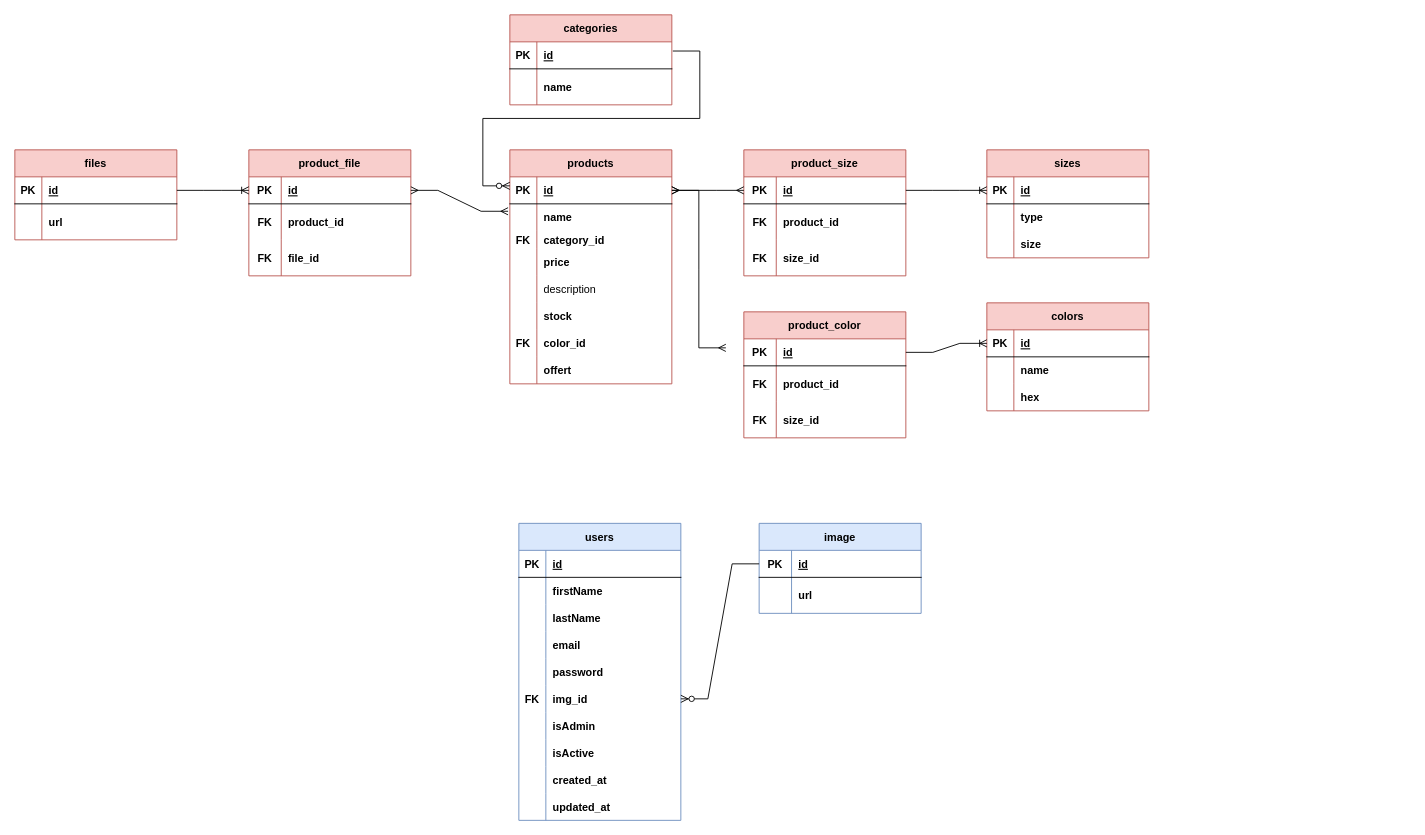
This is public/sql/Lexaeus-database.drawio from manuel-25/Lexaeus, a draw.io file, before an edit. Source tidied: cells renumbered, new cells numbered last; positions are measured from the earlier drawing's top-left corner, leaving out a move shared by most shapes. Both pictures are drawn from the tidied source at 90%, with x=0, y=0 at pixel (14, 14).
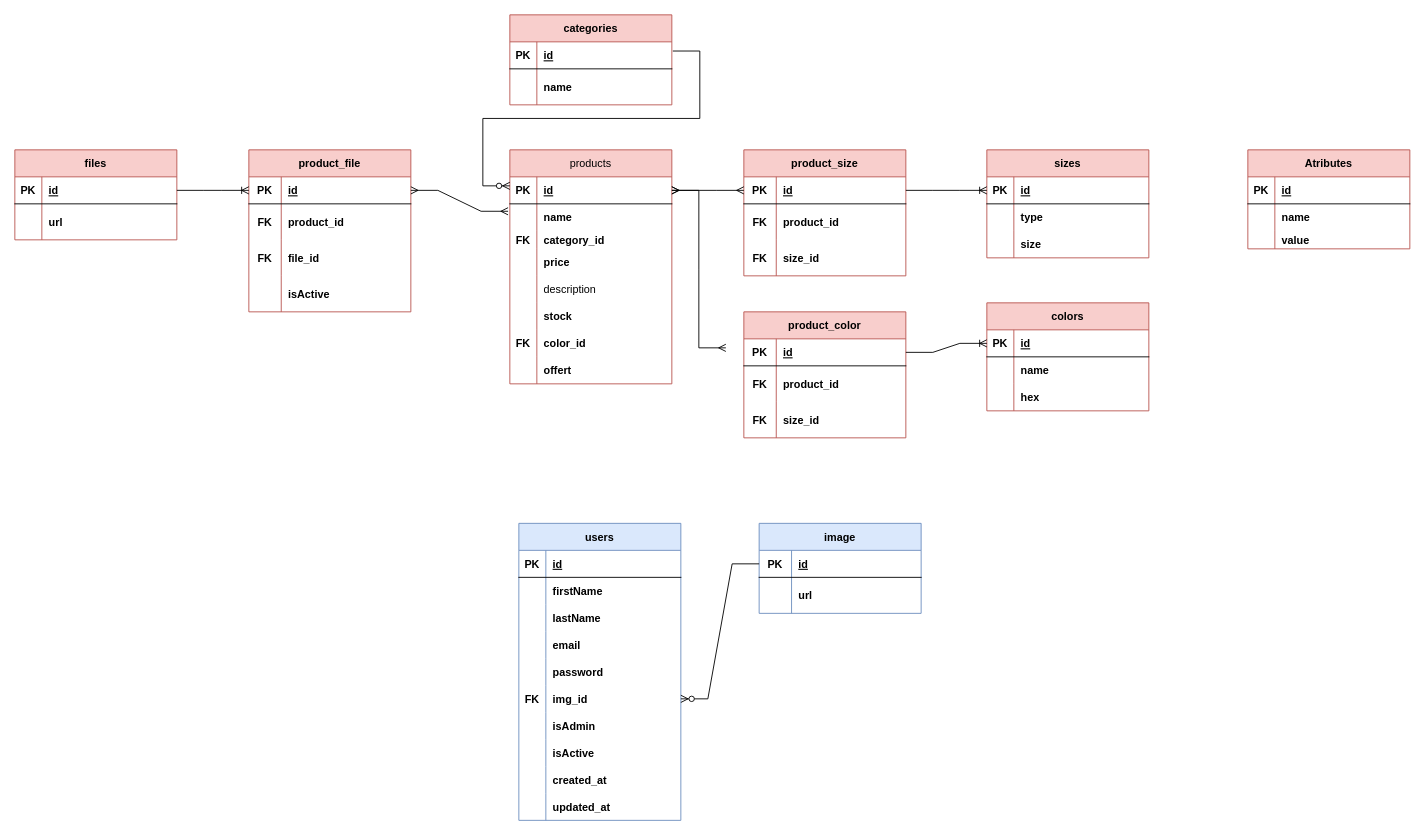
Above is the later version.

Commit message (it also covers changes not shown here):
Bug Fixed (Products size CSS)

The edit, as a diff of the source:
```diff
@@
-    <mxCell id="2" value="products" style="shape=table;startSize=30;childLayout=tableLayout;rowLines=0;fontStyle=1;align=center;labelBackgroundColor=none;labelBorderColor=none;fillColor=#f8cecc;strokeColor=#b85450;" parent="1" vertex="1">
+    <mxCell id="2" value="products" style="shape=table;startSize=30;childLayout=tableLayout;rowLines=0;fontStyle=0;align=center;labelBackgroundColor=none;labelBorderColor=none;fillColor=#f8cecc;strokeColor=#b85450;" parent="1" vertex="1">
       <mxGeometry x="550" y="150" width="180" height="260" as="geometry" />
     </mxCell>
@@
     <mxCell id="72" value="product_file" style="shape=table;startSize=30;childLayout=tableLayout;rowLines=0;fontStyle=1;align=center;labelBorderColor=none;verticalAlign=middle;fillColor=#f8cecc;strokeColor=#b85450;" parent="1" vertex="1">
-      <mxGeometry x="260" y="150" width="180" height="140" as="geometry" />
+      <mxGeometry x="260" y="150" width="180" height="180" as="geometry" />
     </mxCell>
@@
+    <mxCell id="137" style="shape=tableRow;horizontal=0;startSize=0;swimlaneHead=0;swimlaneBody=0;fillColor=none;top=0;left=0;right=0;bottom=0;labelBorderColor=default;" parent="72" vertex="1">
+      <mxGeometry y="140" width="180" height="40" as="geometry" />
+    </mxCell>
+    <mxCell id="138" style="shape=partialRectangle;fillColor=none;top=0;left=0;bottom=0;right=0;overflow=hidden;labelBorderColor=none;fontStyle=1;" parent="137" vertex="1">
+      <mxGeometry width="36" height="40" as="geometry" />
+    </mxCell>
+    <mxCell id="139" value="isActive" style="shape=partialRectangle;fillColor=none;top=0;left=0;bottom=0;right=0;align=left;spacingLeft=6;overflow=hidden;labelBorderColor=none;fontStyle=1;" parent="137" vertex="1">
+      <mxGeometry x="36" width="144" height="40" as="geometry" />
+    </mxCell>
@@
+    <mxCell id="140" value="Atributes" style="shape=table;startSize=30;childLayout=tableLayout;rowLines=0;fontStyle=1;align=center;labelBackgroundColor=none;labelBorderColor=none;fillColor=#f8cecc;strokeColor=#b85450;" parent="1" vertex="1">
+      <mxGeometry x="1370" y="150" width="180" height="110" as="geometry" />
+    </mxCell>
+    <mxCell id="141" style="shape=tableRow;horizontal=0;startSize=0;swimlaneHead=0;swimlaneBody=0;fillColor=none;top=0;left=0;right=0;bottom=1;" parent="140" vertex="1">
+      <mxGeometry y="30" width="180" height="30" as="geometry" />
+    </mxCell>
+    <mxCell id="142" value="PK" style="shape=partialRectangle;fillColor=none;top=0;left=0;bottom=0;right=0;fontStyle=1;overflow=hidden;" parent="141" vertex="1">
+      <mxGeometry width="30" height="30" as="geometry" />
+    </mxCell>
+    <mxCell id="143" value="id" style="shape=partialRectangle;fillColor=none;top=0;left=0;bottom=0;right=0;align=left;spacingLeft=6;fontStyle=5;overflow=hidden;" parent="141" vertex="1">
+      <mxGeometry x="30" width="150" height="30" as="geometry" />
+    </mxCell>
+    <mxCell id="144" style="shape=tableRow;horizontal=0;startSize=0;swimlaneHead=0;swimlaneBody=0;fillColor=none;top=0;left=0;right=0;bottom=0;" parent="140" vertex="1">
+      <mxGeometry y="60" width="180" height="30" as="geometry" />
+    </mxCell>
+    <mxCell id="145" style="shape=partialRectangle;fillColor=none;top=0;left=0;bottom=0;right=0;overflow=hidden;" parent="144" vertex="1">
+      <mxGeometry width="30" height="30" as="geometry" />
+    </mxCell>
+    <mxCell id="146" value="name" style="shape=partialRectangle;fillColor=none;top=0;left=0;bottom=0;right=0;align=left;spacingLeft=6;overflow=hidden;fontStyle=1;" parent="144" vertex="1">
+      <mxGeometry x="30" width="150" height="30" as="geometry" />
+    </mxCell>
+    <mxCell id="147" style="shape=tableRow;horizontal=0;startSize=0;swimlaneHead=0;swimlaneBody=0;fillColor=none;top=0;left=0;right=0;bottom=0;" parent="140" vertex="1">
+      <mxGeometry y="90" width="180" height="20" as="geometry" />
+    </mxCell>
+    <mxCell id="148" style="shape=partialRectangle;fillColor=none;top=0;left=0;bottom=0;right=0;overflow=hidden;fontStyle=1;" parent="147" vertex="1">
+      <mxGeometry width="30" height="20" as="geometry" />
+    </mxCell>
+    <mxCell id="149" value="value" style="shape=partialRectangle;fillColor=none;top=0;left=0;bottom=0;right=0;align=left;spacingLeft=6;overflow=hidden;fontStyle=1;" parent="147" vertex="1">
+      <mxGeometry x="30" width="150" height="20" as="geometry" />
+    </mxCell>
```
